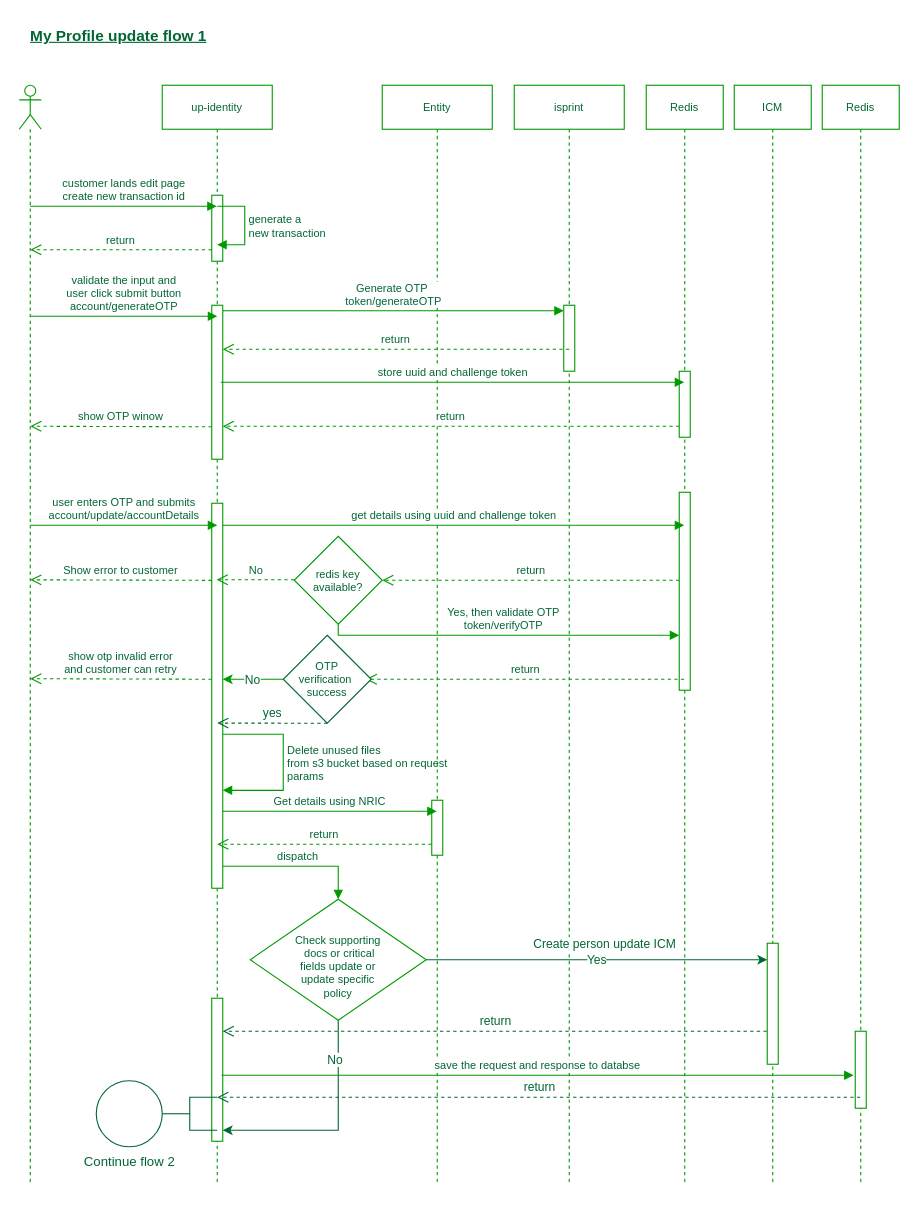
Earlier version of the draw.io diagram page "My profile edit" (2 of 3) of MyProfile.drawio (ajeeshraj56/drawio). Source tidied: cells renumbered, new cells numbered last; positions are measured from the earlier drawing's top-left corner, leaving out a move shared by most shapes. Both pictures are drawn from the tidied source at 110%, with x=0, y=0 at pixel (19, 19).
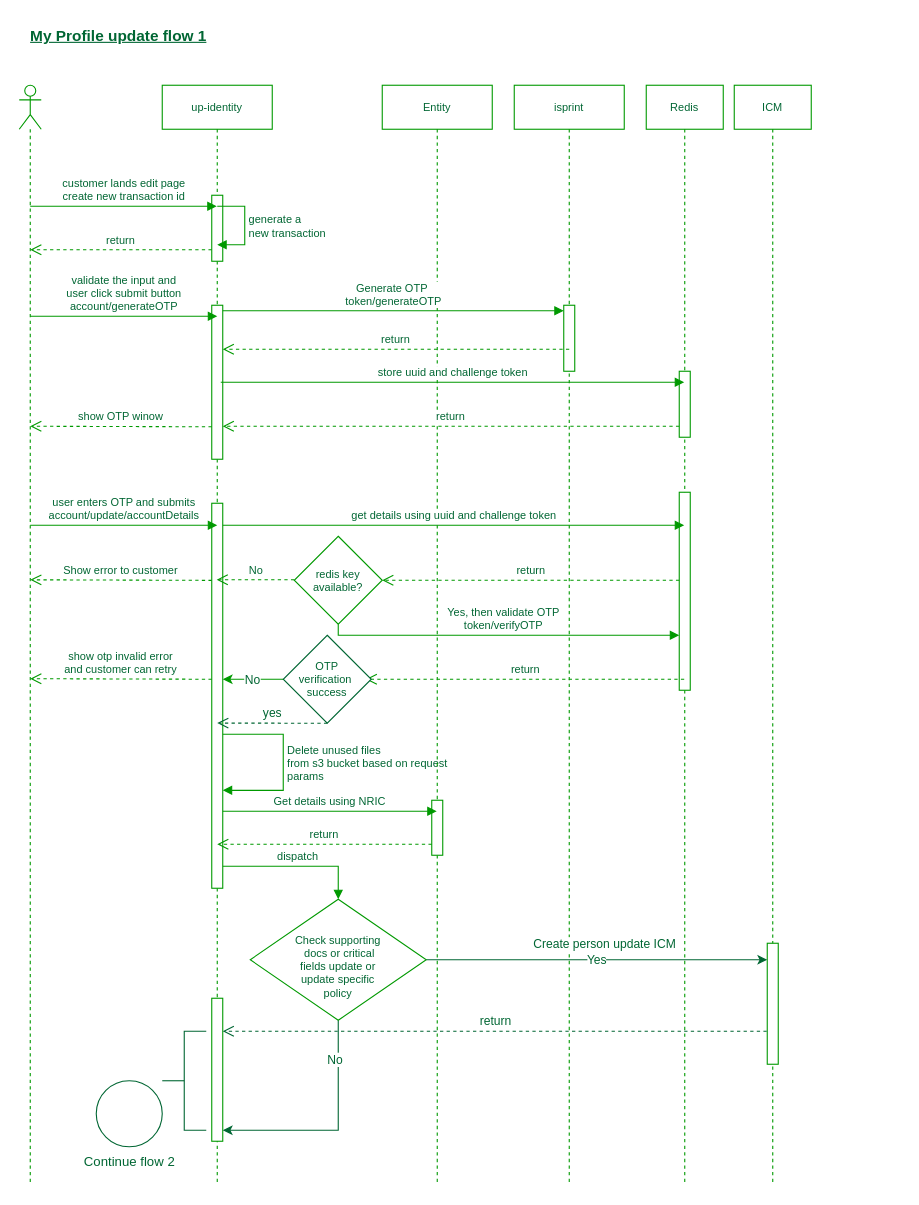
The same page after the edit.

Change to the diagram source:
```diff
@@
-    <mxCell id="47" value="Redis" style="shape=umlLifeline;perimeter=lifelinePerimeter;whiteSpace=wrap;html=1;outlineConnect=0;portConstraint=eastwest;newEdgeStyle={&quot;curved&quot;:0,&quot;rounded&quot;:0};fontSize=10;strokeColor=#009900;fontColor=#006633;labelBorderColor=none;" parent="1" vertex="1">
-      <mxGeometry x="730" y="60" width="70" height="1000" as="geometry" />
-    </mxCell>
-    <mxCell id="48" style="html=1;perimeter=orthogonalPerimeter;targetShapes=umlLifeline;newEdgeStyle={&quot;curved&quot;:0,&quot;rounded&quot;:0};fontSize=10;strokeColor=#009900;fontColor=#006633;labelBorderColor=none;" parent="47" vertex="1">
-      <mxGeometry x="30" y="860" width="10" height="70" as="geometry" />
-    </mxCell>
@@
-    <mxCell id="52" value="save the request and response to databse" style="html=1;verticalAlign=bottom;endArrow=block;curved=0;rounded=0;fontSize=10;strokeColor=#009900;fontColor=#006633;labelBorderColor=none;" parent="1" edge="1">
-      <mxGeometry relative="1" as="geometry">
-        <mxPoint x="184" y="960" as="sourcePoint" />
-        <mxPoint x="758.5" y="960" as="targetPoint" />
-      </mxGeometry>
-    </mxCell>
-    <mxCell id="53" value="return" style="html=1;verticalAlign=bottom;endArrow=open;dashed=1;endSize=8;curved=0;rounded=0;entryX=1;entryY=0;entryDx=0;entryDy=5;entryPerimeter=0;fontColor=#006633;labelBorderColor=none;strokeColor=#006633;" parent="1" edge="1" source="47">
-      <mxGeometry relative="1" as="geometry">
-        <mxPoint x="180" y="980" as="targetPoint" />
-      </mxGeometry>
-    </mxCell>
     <mxCell id="54" style="strokeWidth=1;html=1;shape=mxgraph.flowchart.annotation_2;align=left;labelPosition=right;strokeColor=#006633;fontColor=#006633;" parent="1" vertex="1">
-      <mxGeometry x="130" y="980" width="50" height="30" as="geometry" />
+      <mxGeometry x="130" y="920" width="40" height="90" as="geometry" />
     </mxCell>
```
